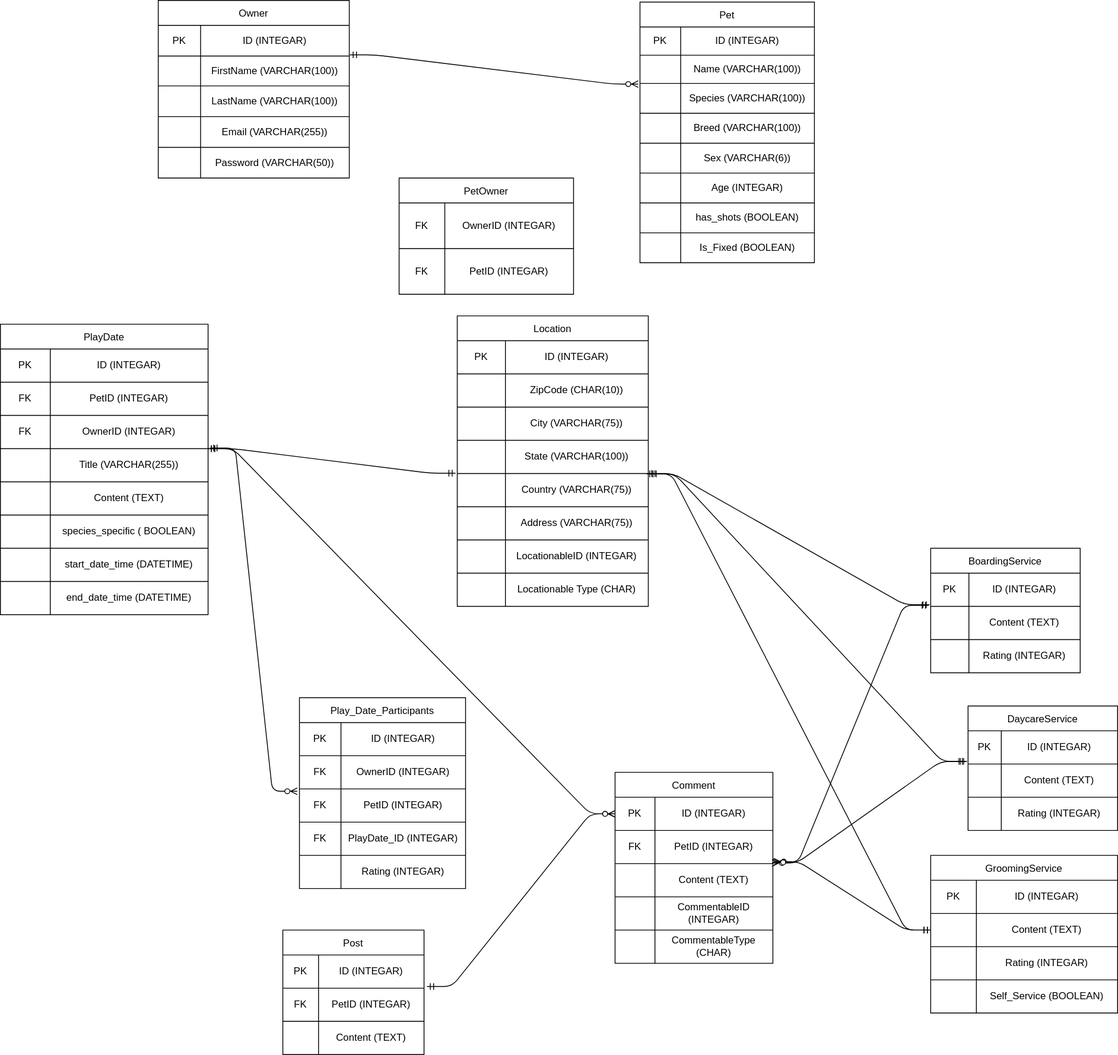
Earlier version of the draw.io export project.drawio.svg (Topaz712/pet_project_erd). Source tidied: cells renumbered, new cells last; positions are measured from the earlier drawing's top-left corner, leaving out a move shared by most shapes.
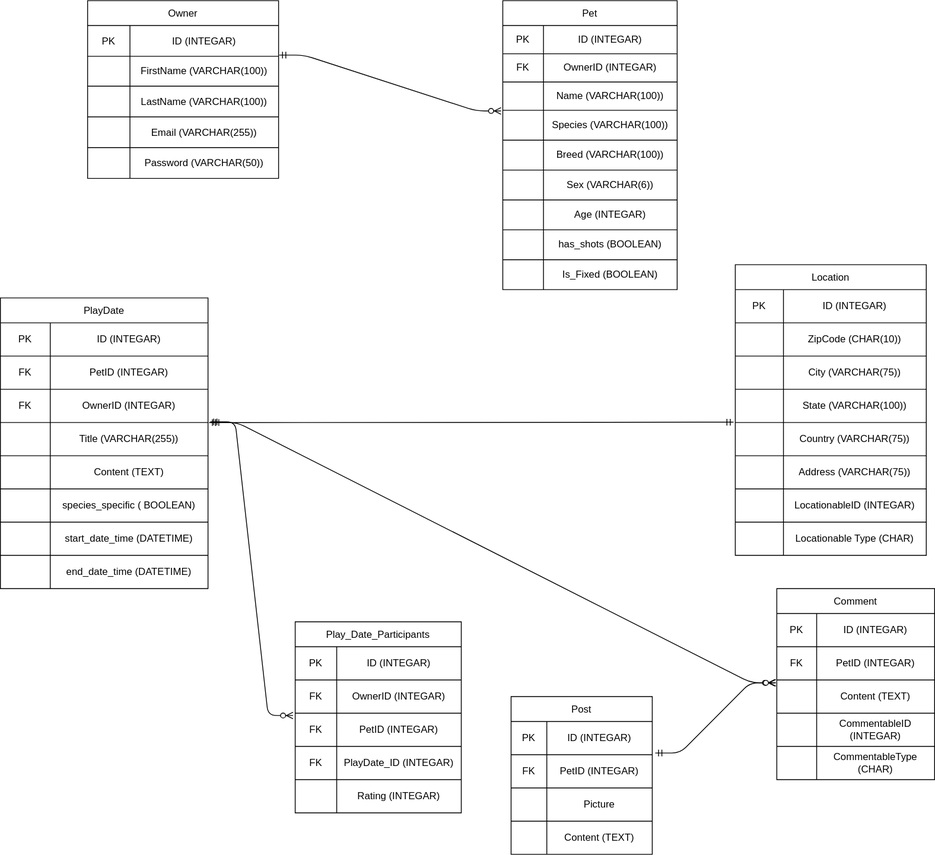
After the change.

Commit message:
revised ERD, removed tables/added column to pet table

Change to the diagram source:
```diff
@@ -5,3 +5,3 @@
     <mxCell id="2" value="Owner" style="shape=table;startSize=30;" parent="1" vertex="1">
-      <mxGeometry x="190" width="230" height="214" as="geometry" />
+      <mxGeometry x="-40" y="2" width="230" height="214" as="geometry" />
     </mxCell>
@@ -53,3 +53,3 @@
     <mxCell id="18" value="Pet" style="shape=table;startSize=30;" parent="1" vertex="1">
-      <mxGeometry x="770" y="2" width="210" height="314" as="geometry" />
+      <mxGeometry x="460" y="2" width="210" height="348" as="geometry" />
     </mxCell>
@@ -64,4 +64,13 @@
     </mxCell>
+    <mxCell id="186" style="shape=tableRow;horizontal=0;startSize=0;swimlaneHead=0;swimlaneBody=0;top=0;left=0;bottom=0;right=0;fillColor=none;" parent="18" vertex="1">
+      <mxGeometry y="64" width="210" height="34" as="geometry" />
+    </mxCell>
+    <mxCell id="187" value="FK" style="shape=partialRectangle;html=1;whiteSpace=wrap;overflow=hidden;fillColor=none;top=0;left=0;bottom=0;right=0;" parent="186" vertex="1">
+      <mxGeometry width="49" height="34" as="geometry" />
+    </mxCell>
+    <mxCell id="46" value="OwnerID (INTEGAR)" style="shape=partialRectangle;html=1;whiteSpace=wrap;overflow=hidden;fillColor=none;top=0;left=0;bottom=0;right=0;" parent="186" vertex="1">
+      <mxGeometry x="49" width="161" height="34" as="geometry" />
+    </mxCell>
     <mxCell id="22" style="shape=tableRow;horizontal=0;startSize=0;swimlaneHead=0;swimlaneBody=0;top=0;left=0;bottom=0;right=0;fillColor=none;" parent="18" vertex="1">
-      <mxGeometry y="64" width="210" height="34" as="geometry" />
+      <mxGeometry y="98" width="210" height="34" as="geometry" />
     </mxCell>
@@ -74,3 +83,3 @@
     <mxCell id="25" style="shape=tableRow;horizontal=0;startSize=0;swimlaneHead=0;swimlaneBody=0;top=0;left=0;bottom=0;right=0;fillColor=none;points=[[0,0.5],[1,0.5]];portConstraint=eastwest;" parent="18" vertex="1">
-      <mxGeometry y="98" width="210" height="36" as="geometry" />
+      <mxGeometry y="132" width="210" height="36" as="geometry" />
     </mxCell>
@@ -83,3 +92,3 @@
     <mxCell id="28" style="shape=tableRow;horizontal=0;startSize=0;swimlaneHead=0;swimlaneBody=0;top=0;left=0;bottom=0;right=0;fillColor=none;" parent="18" vertex="1">
-      <mxGeometry y="134" width="210" height="36" as="geometry" />
+      <mxGeometry y="168" width="210" height="36" as="geometry" />
     </mxCell>
@@ -92,3 +101,3 @@
     <mxCell id="31" style="shape=tableRow;horizontal=0;startSize=0;swimlaneHead=0;swimlaneBody=0;top=0;left=0;bottom=0;right=0;fillColor=none;" parent="18" vertex="1">
-      <mxGeometry y="170" width="210" height="36" as="geometry" />
+      <mxGeometry y="204" width="210" height="36" as="geometry" />
     </mxCell>
@@ -101,3 +110,3 @@
     <mxCell id="34" style="shape=tableRow;horizontal=0;startSize=0;swimlaneHead=0;swimlaneBody=0;top=0;left=0;bottom=0;right=0;fillColor=none;" parent="18" vertex="1">
-      <mxGeometry y="206" width="210" height="36" as="geometry" />
+      <mxGeometry y="240" width="210" height="36" as="geometry" />
     </mxCell>
@@ -110,3 +119,3 @@
     <mxCell id="37" style="shape=tableRow;horizontal=0;startSize=0;swimlaneHead=0;swimlaneBody=0;top=0;left=0;bottom=0;right=0;fillColor=none;" parent="18" vertex="1">
-      <mxGeometry y="242" width="210" height="36" as="geometry" />
+      <mxGeometry y="276" width="210" height="36" as="geometry" />
     </mxCell>
@@ -119,3 +128,3 @@
     <mxCell id="40" style="shape=tableRow;horizontal=0;startSize=0;swimlaneHead=0;swimlaneBody=0;top=0;left=0;bottom=0;right=0;fillColor=none;" parent="18" vertex="1">
-      <mxGeometry y="278" width="210" height="36" as="geometry" />
+      <mxGeometry y="312" width="210" height="36" as="geometry" />
     </mxCell>
@@ -127,25 +136,4 @@
     </mxCell>
-    <mxCell id="43" value="PetOwner" style="shape=table;startSize=30;" parent="1" vertex="1">
-      <mxGeometry x="480" y="214" width="210" height="140" as="geometry" />
-    </mxCell>
-    <mxCell id="44" style="shape=tableRow;horizontal=0;startSize=0;swimlaneHead=0;swimlaneBody=0;top=0;left=0;bottom=0;right=0;fillColor=none;" parent="43" vertex="1">
-      <mxGeometry y="30" width="210" height="55" as="geometry" />
-    </mxCell>
-    <mxCell id="45" value="FK" style="shape=partialRectangle;html=1;whiteSpace=wrap;overflow=hidden;fillColor=none;top=0;left=0;bottom=0;right=0;" parent="44" vertex="1">
-      <mxGeometry width="55" height="55" as="geometry" />
-    </mxCell>
-    <mxCell id="46" value="OwnerID (INTEGAR)" style="shape=partialRectangle;html=1;whiteSpace=wrap;overflow=hidden;fillColor=none;top=0;left=0;bottom=0;right=0;" parent="44" vertex="1">
-      <mxGeometry x="55" width="155" height="55" as="geometry" />
-    </mxCell>
-    <mxCell id="47" style="shape=tableRow;horizontal=0;startSize=0;swimlaneHead=0;swimlaneBody=0;top=0;left=0;bottom=0;right=0;fillColor=none;" parent="43" vertex="1">
-      <mxGeometry y="85" width="210" height="55" as="geometry" />
-    </mxCell>
-    <mxCell id="48" value="FK" style="shape=partialRectangle;html=1;whiteSpace=wrap;overflow=hidden;fillColor=none;top=0;left=0;bottom=0;right=0;" parent="47" vertex="1">
-      <mxGeometry width="55" height="55" as="geometry" />
-    </mxCell>
-    <mxCell id="49" value="PetID (INTEGAR)" style="shape=partialRectangle;html=1;whiteSpace=wrap;overflow=hidden;fillColor=none;top=0;left=0;bottom=0;right=0;" parent="47" vertex="1">
-      <mxGeometry x="55" width="155" height="55" as="geometry" />
-    </mxCell>
     <mxCell id="50" value="Play_Date_Participants" style="shape=table;startSize=30;" parent="1" vertex="1">
-      <mxGeometry x="360" y="840" width="200" height="230" as="geometry" />
+      <mxGeometry x="210" y="750" width="200" height="230" as="geometry" />
     </mxCell>
@@ -197,3 +185,3 @@
     <mxCell id="66" value="Comment" style="shape=table;startSize=30;" parent="1" vertex="1">
-      <mxGeometry x="740" y="930" width="190" height="230" as="geometry" />
+      <mxGeometry x="790" y="710" width="190" height="230" as="geometry" />
     </mxCell>
@@ -245,3 +233,3 @@
     <mxCell id="82" value="Post" style="shape=table;startSize=30;" parent="1" vertex="1">
-      <mxGeometry x="340" y="1120" width="170" height="150" as="geometry" />
+      <mxGeometry x="470" y="840" width="170" height="190" as="geometry" />
     </mxCell>
@@ -265,4 +253,13 @@
     </mxCell>
+    <mxCell id="188" style="shape=tableRow;horizontal=0;startSize=0;swimlaneHead=0;swimlaneBody=0;top=0;left=0;bottom=0;right=0;fillColor=none;" parent="82" vertex="1">
+      <mxGeometry y="110" width="170" height="40" as="geometry" />
+    </mxCell>
+    <mxCell id="189" style="shape=partialRectangle;html=1;whiteSpace=wrap;overflow=hidden;fillColor=none;top=0;left=0;bottom=0;right=0;" parent="188" vertex="1">
+      <mxGeometry width="43" height="40" as="geometry" />
+    </mxCell>
+    <mxCell id="190" value="Picture&amp;nbsp;" style="shape=partialRectangle;html=1;whiteSpace=wrap;overflow=hidden;fillColor=none;top=0;left=0;bottom=0;right=0;" parent="188" vertex="1">
+      <mxGeometry x="43" width="127" height="40" as="geometry" />
+    </mxCell>
     <mxCell id="89" style="shape=tableRow;horizontal=0;startSize=0;swimlaneHead=0;swimlaneBody=0;top=0;left=0;bottom=0;right=0;fillColor=none;" parent="82" vertex="1">
-      <mxGeometry y="110" width="170" height="40" as="geometry" />
+      <mxGeometry y="150" width="170" height="40" as="geometry" />
     </mxCell>
@@ -275,3 +272,3 @@
     <mxCell id="92" value="PlayDate" style="shape=table;startSize=30;" parent="1" vertex="1">
-      <mxGeometry y="390" width="250" height="350" as="geometry" />
+      <mxGeometry x="-145" y="360" width="250" height="350" as="geometry" />
     </mxCell>
@@ -350,3 +347,3 @@
     <mxCell id="117" value="Location" style="shape=table;startSize=30;" parent="1" vertex="1">
-      <mxGeometry x="550" y="380" width="230" height="350" as="geometry" />
+      <mxGeometry x="740" y="320" width="230" height="350" as="geometry" />
     </mxCell>
@@ -424,101 +421,2 @@
     </mxCell>
-    <mxCell id="142" value="DaycareService" style="shape=table;startSize=30;" parent="1" vertex="1">
-      <mxGeometry x="1165" y="850" width="180" height="150" as="geometry" />
-    </mxCell>
-    <mxCell id="143" style="shape=tableRow;horizontal=0;startSize=0;swimlaneHead=0;swimlaneBody=0;top=0;left=0;bottom=0;right=0;fillColor=none;points=[[0,0.5],[1,0.5]];portConstraint=eastwest;" parent="142" vertex="1">
-      <mxGeometry y="30" width="180" height="40" as="geometry" />
-    </mxCell>
-    <mxCell id="144" value="PK" style="shape=partialRectangle;html=1;whiteSpace=wrap;overflow=hidden;fillColor=none;top=0;left=0;bottom=0;right=0;" parent="143" vertex="1">
-      <mxGeometry width="40" height="40" as="geometry" />
-    </mxCell>
-    <mxCell id="145" value="ID (INTEGAR)" style="shape=partialRectangle;html=1;whiteSpace=wrap;overflow=hidden;fillColor=none;top=0;left=0;bottom=0;right=0;" parent="143" vertex="1">
-      <mxGeometry x="40" width="140" height="40" as="geometry" />
-    </mxCell>
-    <mxCell id="146" style="shape=tableRow;horizontal=0;startSize=0;swimlaneHead=0;swimlaneBody=0;top=0;left=0;bottom=0;right=0;fillColor=none;" parent="142" vertex="1">
-      <mxGeometry y="70" width="180" height="40" as="geometry" />
-    </mxCell>
-    <mxCell id="147" style="shape=partialRectangle;html=1;whiteSpace=wrap;overflow=hidden;fillColor=none;top=0;left=0;bottom=0;right=0;" parent="146" vertex="1">
-      <mxGeometry width="40" height="40" as="geometry" />
-    </mxCell>
-    <mxCell id="148" value="Content (TEXT)" style="shape=partialRectangle;html=1;whiteSpace=wrap;overflow=hidden;fillColor=none;top=0;left=0;bottom=0;right=0;" parent="146" vertex="1">
-      <mxGeometry x="40" width="140" height="40" as="geometry" />
-    </mxCell>
-    <mxCell id="149" style="shape=tableRow;horizontal=0;startSize=0;swimlaneHead=0;swimlaneBody=0;top=0;left=0;bottom=0;right=0;fillColor=none;" parent="142" vertex="1">
-      <mxGeometry y="110" width="180" height="40" as="geometry" />
-    </mxCell>
-    <mxCell id="150" style="shape=partialRectangle;html=1;whiteSpace=wrap;overflow=hidden;fillColor=none;top=0;left=0;bottom=0;right=0;" parent="149" vertex="1">
-      <mxGeometry width="40" height="40" as="geometry" />
-    </mxCell>
-    <mxCell id="151" value="Rating (INTEGAR)" style="shape=partialRectangle;html=1;whiteSpace=wrap;overflow=hidden;fillColor=none;top=0;left=0;bottom=0;right=0;" parent="149" vertex="1">
-      <mxGeometry x="40" width="140" height="40" as="geometry" />
-    </mxCell>
-    <mxCell id="152" value="BoardingService" style="shape=table;startSize=30;" parent="1" vertex="1">
-      <mxGeometry x="1120" y="660" width="180" height="150" as="geometry" />
-    </mxCell>
-    <mxCell id="153" style="shape=tableRow;horizontal=0;startSize=0;swimlaneHead=0;swimlaneBody=0;top=0;left=0;bottom=0;right=0;fillColor=none;" parent="152" vertex="1">
-      <mxGeometry y="30" width="180" height="40" as="geometry" />
-    </mxCell>
-    <mxCell id="154" value="PK" style="shape=partialRectangle;html=1;whiteSpace=wrap;overflow=hidden;fillColor=none;top=0;left=0;bottom=0;right=0;" parent="153" vertex="1">
-      <mxGeometry width="46" height="40" as="geometry" />
-    </mxCell>
-    <mxCell id="155" value="ID (INTEGAR)" style="shape=partialRectangle;html=1;whiteSpace=wrap;overflow=hidden;fillColor=none;top=0;left=0;bottom=0;right=0;" parent="153" vertex="1">
-      <mxGeometry x="46" width="134" height="40" as="geometry" />
-    </mxCell>
-    <mxCell id="156" style="shape=tableRow;horizontal=0;startSize=0;swimlaneHead=0;swimlaneBody=0;top=0;left=0;bottom=0;right=0;fillColor=none;points=[[0,0.5],[1,0.5]];portConstraint=eastwest;" parent="152" vertex="1">
-      <mxGeometry y="70" width="180" height="40" as="geometry" />
-    </mxCell>
-    <mxCell id="157" style="shape=partialRectangle;html=1;whiteSpace=wrap;overflow=hidden;fillColor=none;top=0;left=0;bottom=0;right=0;" parent="156" vertex="1">
-      <mxGeometry width="46" height="40" as="geometry" />
-    </mxCell>
-    <mxCell id="158" value="Content (TEXT)" style="shape=partialRectangle;html=1;whiteSpace=wrap;overflow=hidden;fillColor=none;top=0;left=0;bottom=0;right=0;" parent="156" vertex="1">
-      <mxGeometry x="46" width="134" height="40" as="geometry" />
-    </mxCell>
-    <mxCell id="159" style="shape=tableRow;horizontal=0;startSize=0;swimlaneHead=0;swimlaneBody=0;top=0;left=0;bottom=0;right=0;fillColor=none;" parent="152" vertex="1">
-      <mxGeometry y="110" width="180" height="40" as="geometry" />
-    </mxCell>
-    <mxCell id="160" style="shape=partialRectangle;html=1;whiteSpace=wrap;overflow=hidden;fillColor=none;top=0;left=0;bottom=0;right=0;" parent="159" vertex="1">
-      <mxGeometry width="46" height="40" as="geometry" />
-    </mxCell>
-    <mxCell id="161" value="Rating (INTEGAR)" style="shape=partialRectangle;html=1;whiteSpace=wrap;overflow=hidden;fillColor=none;top=0;left=0;bottom=0;right=0;" parent="159" vertex="1">
-      <mxGeometry x="46" width="134" height="40" as="geometry" />
-    </mxCell>
-    <mxCell id="162" value="GroomingService" style="shape=table;startSize=30;" parent="1" vertex="1">
-      <mxGeometry x="1120" y="1030" width="225" height="190" as="geometry" />
-    </mxCell>
-    <mxCell id="163" style="shape=tableRow;horizontal=0;startSize=0;swimlaneHead=0;swimlaneBody=0;top=0;left=0;bottom=0;right=0;fillColor=none;" parent="162" vertex="1">
-      <mxGeometry y="30" width="225" height="40" as="geometry" />
-    </mxCell>
-    <mxCell id="164" value="PK" style="shape=partialRectangle;html=1;whiteSpace=wrap;overflow=hidden;fillColor=none;top=0;left=0;bottom=0;right=0;" parent="163" vertex="1">
-      <mxGeometry width="55" height="40" as="geometry" />
-    </mxCell>
-    <mxCell id="165" value="ID (INTEGAR)" style="shape=partialRectangle;html=1;whiteSpace=wrap;overflow=hidden;fillColor=none;top=0;left=0;bottom=0;right=0;" parent="163" vertex="1">
-      <mxGeometry x="55" width="170" height="40" as="geometry" />
-    </mxCell>
-    <mxCell id="166" style="shape=tableRow;horizontal=0;startSize=0;swimlaneHead=0;swimlaneBody=0;top=0;left=0;bottom=0;right=0;fillColor=none;points=[[0,0.5],[1,0.5]];portConstraint=eastwest;" parent="162" vertex="1">
-      <mxGeometry y="70" width="225" height="40" as="geometry" />
-    </mxCell>
-    <mxCell id="167" style="shape=partialRectangle;html=1;whiteSpace=wrap;overflow=hidden;fillColor=none;top=0;left=0;bottom=0;right=0;" parent="166" vertex="1">
-      <mxGeometry width="55" height="40" as="geometry" />
-    </mxCell>
-    <mxCell id="168" value="Content (TEXT)" style="shape=partialRectangle;html=1;whiteSpace=wrap;overflow=hidden;fillColor=none;top=0;left=0;bottom=0;right=0;" parent="166" vertex="1">
-      <mxGeometry x="55" width="170" height="40" as="geometry" />
-    </mxCell>
-    <mxCell id="169" style="shape=tableRow;horizontal=0;startSize=0;swimlaneHead=0;swimlaneBody=0;top=0;left=0;bottom=0;right=0;fillColor=none;" parent="162" vertex="1">
-      <mxGeometry y="110" width="225" height="40" as="geometry" />
-    </mxCell>
-    <mxCell id="170" style="shape=partialRectangle;html=1;whiteSpace=wrap;overflow=hidden;fillColor=none;top=0;left=0;bottom=0;right=0;" parent="169" vertex="1">
-      <mxGeometry width="55" height="40" as="geometry" />
-    </mxCell>
-    <mxCell id="171" value="Rating (INTEGAR)" style="shape=partialRectangle;html=1;whiteSpace=wrap;overflow=hidden;fillColor=none;top=0;left=0;bottom=0;right=0;" parent="169" vertex="1">
-      <mxGeometry x="55" width="170" height="40" as="geometry" />
-    </mxCell>
-    <mxCell id="172" style="shape=tableRow;horizontal=0;startSize=0;swimlaneHead=0;swimlaneBody=0;top=0;left=0;bottom=0;right=0;fillColor=none;" parent="162" vertex="1">
-      <mxGeometry y="150" width="225" height="40" as="geometry" />
-    </mxCell>
-    <mxCell id="173" style="shape=partialRectangle;html=1;whiteSpace=wrap;overflow=hidden;fillColor=none;top=0;left=0;bottom=0;right=0;" parent="172" vertex="1">
-      <mxGeometry width="55" height="40" as="geometry" />
-    </mxCell>
-    <mxCell id="174" value="Self_Service (BOOLEAN)" style="shape=partialRectangle;html=1;whiteSpace=wrap;overflow=hidden;fillColor=none;top=0;left=0;bottom=0;right=0;" parent="172" vertex="1">
-      <mxGeometry x="55" width="170" height="40" as="geometry" />
-    </mxCell>
     <mxCell id="175" style="edgeStyle=entityRelationEdgeStyle;fontSize=12;html=1;endArrow=ERzeroToMany;startArrow=ERmandOne;entryX=-0.01;entryY=0.022;entryDx=0;entryDy=0;entryPerimeter=0;exitX=1.003;exitY=-0.039;exitDx=0;exitDy=0;exitPerimeter=0;" parent="1" edge="1" source="6" target="25">
@@ -526,10 +424,2 @@
     </mxCell>
-    <mxCell id="176" style="edgeStyle=entityRelationEdgeStyle;fontSize=12;html=1;endArrow=ERmandOne;startArrow=ERmandOne;entryX=-0.007;entryY=-0.05;entryDx=0;entryDy=0;entryPerimeter=0;" parent="1" edge="1" target="156">
-      <mxGeometry relative="1" as="geometry">
-        <mxPoint x="780" y="570" as="sourcePoint" />
-      </mxGeometry>
-    </mxCell>
-    <mxCell id="177" style="edgeStyle=entityRelationEdgeStyle;fontSize=12;html=1;endArrow=ERmandOne;startArrow=ERmandOne;entryX=1.007;entryY=0.01;entryDx=0;entryDy=0;entryPerimeter=0;exitX=-0.007;exitY=0.92;exitDx=0;exitDy=0;exitPerimeter=0;" parent="1" edge="1" source="143" target="130">
-      <mxGeometry relative="1" as="geometry" />
-    </mxCell>
     <mxCell id="178" style="edgeStyle=entityRelationEdgeStyle;fontSize=12;html=1;endArrow=ERzeroToMany;startArrow=ERmandOne;exitX=1.011;exitY=-0.02;exitDx=0;exitDy=0;exitPerimeter=0;entryX=-0.013;entryY=0.07;entryDx=0;entryDy=0;entryPerimeter=0;" parent="1" edge="1" source="102" target="57">
@@ -537,30 +427,11 @@
     </mxCell>
-    <mxCell id="179" style="edgeStyle=entityRelationEdgeStyle;fontSize=12;html=1;endArrow=ERmandOne;startArrow=ERmandOne;exitX=0;exitY=0.5;exitDx=0;exitDy=0;entryX=0.99;entryY=0.01;entryDx=0;entryDy=0;entryPerimeter=0;" parent="1" edge="1" source="166" target="130">
-      <mxGeometry relative="1" as="geometry" />
-    </mxCell>
-    <mxCell id="180" style="edgeStyle=entityRelationEdgeStyle;fontSize=12;html=1;endArrow=ERzeroToMany;startArrow=ERmandOne;exitX=1.021;exitY=-0.05;exitDx=0;exitDy=0;exitPerimeter=0;" parent="1" edge="1" source="86">
-      <mxGeometry relative="1" as="geometry">
-        <mxPoint x="740" y="980" as="targetPoint" />
-      </mxGeometry>
+    <mxCell id="180" style="edgeStyle=entityRelationEdgeStyle;fontSize=12;html=1;endArrow=ERzeroToMany;startArrow=ERmandOne;exitX=1.021;exitY=-0.05;exitDx=0;exitDy=0;exitPerimeter=0;entryX=-0.012;entryY=0.086;entryDx=0;entryDy=0;entryPerimeter=0;" parent="1" edge="1" source="86" target="73">
+      <mxGeometry relative="1" as="geometry" />
     </mxCell>
-    <mxCell id="181" style="edgeStyle=entityRelationEdgeStyle;fontSize=12;html=1;endArrow=ERzeroToMany;startArrow=ERmandOne;" parent="1" edge="1">
-      <mxGeometry relative="1" as="geometry">
-        <mxPoint x="250" y="540" as="sourcePoint" />
-        <mxPoint x="740" y="980" as="targetPoint" />
-      </mxGeometry>
+    <mxCell id="181" style="edgeStyle=entityRelationEdgeStyle;fontSize=12;html=1;endArrow=ERzeroToMany;startArrow=ERmandOne;exitX=1.02;exitY=0;exitDx=0;exitDy=0;exitPerimeter=0;entryX=-0.006;entryY=0.086;entryDx=0;entryDy=0;entryPerimeter=0;" parent="1" edge="1" source="102" target="73">
+      <mxGeometry relative="1" as="geometry" />
     </mxCell>
-    <mxCell id="182" style="edgeStyle=entityRelationEdgeStyle;fontSize=12;html=1;endArrow=ERmandOne;startArrow=ERmandOne;entryX=-0.009;entryY=-0.01;entryDx=0;entryDy=0;entryPerimeter=0;" parent="1" edge="1" target="130">
-      <mxGeometry relative="1" as="geometry">
-        <mxPoint x="250" y="540" as="sourcePoint" />
-      </mxGeometry>
+    <mxCell id="182" style="edgeStyle=entityRelationEdgeStyle;fontSize=12;html=1;endArrow=ERmandOne;startArrow=ERmandOne;entryX=-0.009;entryY=-0.01;entryDx=0;entryDy=0;entryPerimeter=0;exitX=1.005;exitY=0.003;exitDx=0;exitDy=0;exitPerimeter=0;" parent="1" edge="1" source="102" target="130">
+      <mxGeometry relative="1" as="geometry" />
     </mxCell>
-    <mxCell id="183" style="edgeStyle=entityRelationEdgeStyle;fontSize=12;html=1;endArrow=ERzeroToMany;startArrow=ERmandOne;entryX=0.994;entryY=-0.02;entryDx=0;entryDy=0;entryPerimeter=0;exitX=-0.016;exitY=0.92;exitDx=0;exitDy=0;exitPerimeter=0;" parent="1" edge="1" source="143" target="73">
-      <mxGeometry relative="1" as="geometry" />
-    </mxCell>
-    <mxCell id="184" style="edgeStyle=entityRelationEdgeStyle;fontSize=12;html=1;endArrow=ERzeroToMany;startArrow=ERmandOne;entryX=1.006;entryY=0.94;entryDx=0;entryDy=0;entryPerimeter=0;exitX=0;exitY=0.5;exitDx=0;exitDy=0;" parent="1" edge="1" source="166" target="70">
-      <mxGeometry relative="1" as="geometry" />
-    </mxCell>
-    <mxCell id="185" style="edgeStyle=entityRelationEdgeStyle;fontSize=12;html=1;endArrow=ERzeroToMany;startArrow=ERmandOne;exitX=-0.013;exitY=-0.03;exitDx=0;exitDy=0;exitPerimeter=0;entryX=1.002;entryY=-0.04;entryDx=0;entryDy=0;entryPerimeter=0;" parent="1" edge="1" source="156" target="73">
-      <mxGeometry relative="1" as="geometry" />
-    </mxCell>
   </root>
```
